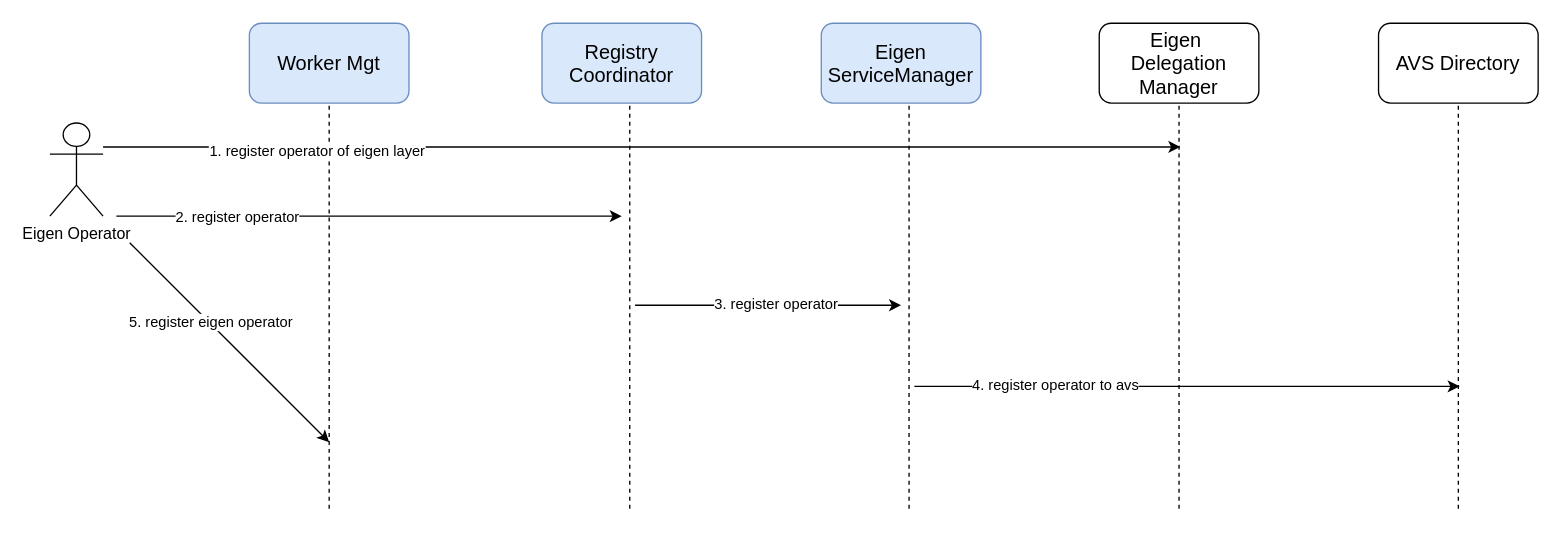
primus-labs/zkFHE-Network-Docs keeps this draw.io diagram as page "第 5 页" (5 of 7) of inter-files/zkFHE-architecture.drawio. Above is the earlier version. Source tidied: cells renumbered, new cells numbered last; positions are measured from the earlier drawing's top-left corner, leaving out a move shared by most shapes. Both pictures are drawn from the tidied source at 133%, with x=0, y=0 at pixel (49, 23).
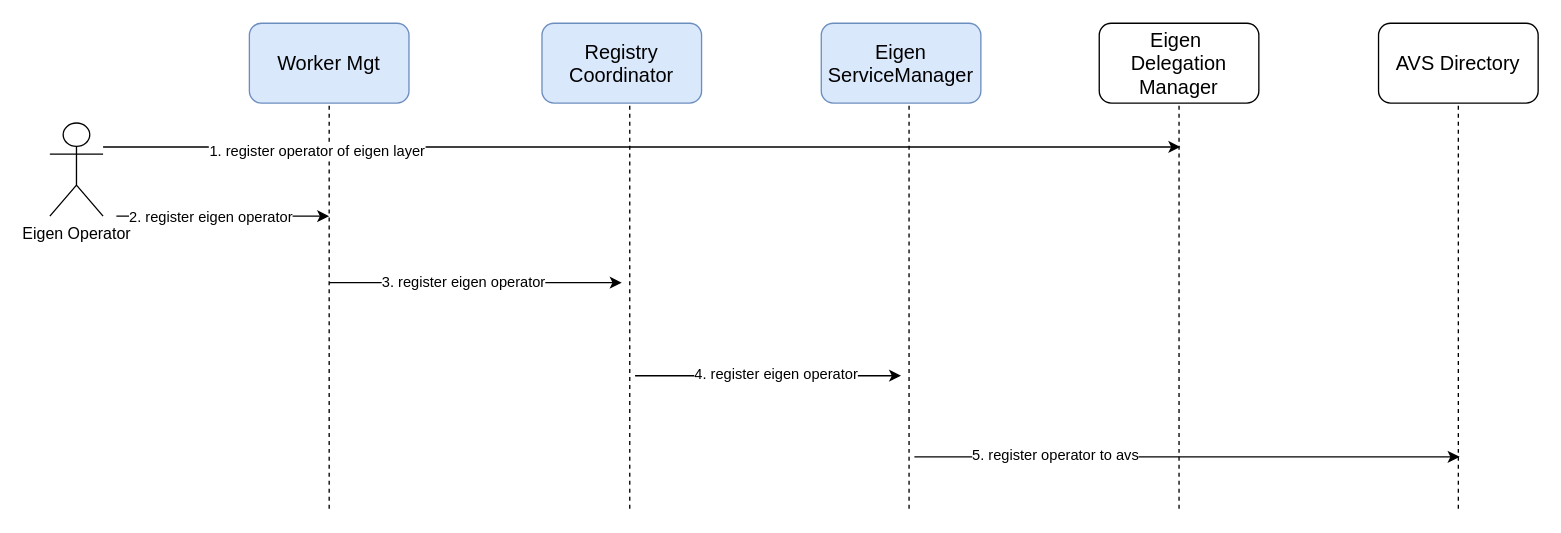
Above is the later version.

Commit message (it also covers changes not shown here):
update eigen register

What changed in the source:
```diff
@@
     <mxCell id="12" style="endArrow=classic;html=1;rounded=0;" parent="1" edge="1">
       <mxGeometry relative="1" as="geometry">
-        <mxPoint x="440" y="212" as="sourcePoint" />
-        <mxPoint x="640" y="212" as="targetPoint" />
+        <mxPoint x="440" y="265" as="sourcePoint" />
+        <mxPoint x="640" y="265" as="targetPoint" />
       </mxGeometry>
     </mxCell>
-    <mxCell id="13" value="3. register operator" style="edgeLabel;html=1;align=center;verticalAlign=middle;" parent="12" vertex="1">
+    <mxCell id="13" value="4. register eigen operator" style="edgeLabel;html=1;align=center;verticalAlign=middle;" parent="12" vertex="1">
       <mxGeometry x="-0.69" y="3" relative="1" as="geometry">
         <mxPoint x="74" y="1" as="offset" />
       </mxGeometry>
     </mxCell>
     <mxCell id="14" style="endArrow=classic;html=1;rounded=0;" parent="1" edge="1">
       <mxGeometry relative="1" as="geometry">
-        <mxPoint x="650" y="273" as="sourcePoint" />
-        <mxPoint x="1060" y="273" as="targetPoint" />
+        <mxPoint x="650" y="326" as="sourcePoint" />
+        <mxPoint x="1060" y="326" as="targetPoint" />
       </mxGeometry>
     </mxCell>
-    <mxCell id="15" value="4. register operator to avs" style="edgeLabel;html=1;align=center;verticalAlign=middle;" parent="14" vertex="1">
+    <mxCell id="15" value="5. register operator to avs" style="edgeLabel;html=1;align=center;verticalAlign=middle;" parent="14" vertex="1">
       <mxGeometry x="-0.69" y="3" relative="1" as="geometry">
         <mxPoint x="41" y="1" as="offset" />
       </mxGeometry>
     </mxCell>
@@
     <mxCell id="18" style="endArrow=classic;html=1;rounded=0;" parent="1" edge="1">
       <mxGeometry relative="1" as="geometry">
         <mxPoint x="50" y="145" as="sourcePoint" />
-        <mxPoint x="430" y="145" as="targetPoint" />
+        <mxPoint x="210" y="145" as="targetPoint" />
       </mxGeometry>
     </mxCell>
-    <mxCell id="19" value="2. register operator" style="edgeLabel;html=1;align=center;verticalAlign=middle;" parent="18" vertex="1">
+    <mxCell id="19" value="2. register eigen operator" style="edgeLabel;html=1;align=center;verticalAlign=middle;" parent="18" vertex="1">
       <mxGeometry x="-0.41" y="3" relative="1" as="geometry">
-        <mxPoint x="-22" y="3" as="offset" />
+        <mxPoint x="23" y="3" as="offset" />
       </mxGeometry>
     </mxCell>
@@
-    <mxCell id="22" style="endArrow=classic;html=1;rounded=0;" parent="1" edge="1">
-      <mxGeometry relative="1" as="geometry">
-        <mxPoint x="60" y="165" as="sourcePoint" />
-        <mxPoint x="210" y="315" as="targetPoint" />
-      </mxGeometry>
-    </mxCell>
-    <mxCell id="23" value="5. register eigen operator" style="edgeLabel;html=1;align=center;verticalAlign=middle;" parent="22" vertex="1">
-      <mxGeometry x="-0.5" y="-2" relative="1" as="geometry">
-        <mxPoint x="24" y="21" as="offset" />
-      </mxGeometry>
-    </mxCell>
+    <mxCell id="24" style="endArrow=classic;html=1;rounded=0;" parent="1" edge="1">
+      <mxGeometry relative="1" as="geometry">
+        <mxPoint x="210" y="195" as="sourcePoint" />
+        <mxPoint x="430" y="195" as="targetPoint" />
+      </mxGeometry>
+    </mxCell>
+    <mxCell id="25" value="3. register eigen operator" style="edgeLabel;html=1;align=center;verticalAlign=middle;" parent="24" vertex="1">
+      <mxGeometry x="-0.44" y="2" relative="1" as="geometry">
+        <mxPoint x="38" y="1" as="offset" />
+      </mxGeometry>
+    </mxCell>
```
